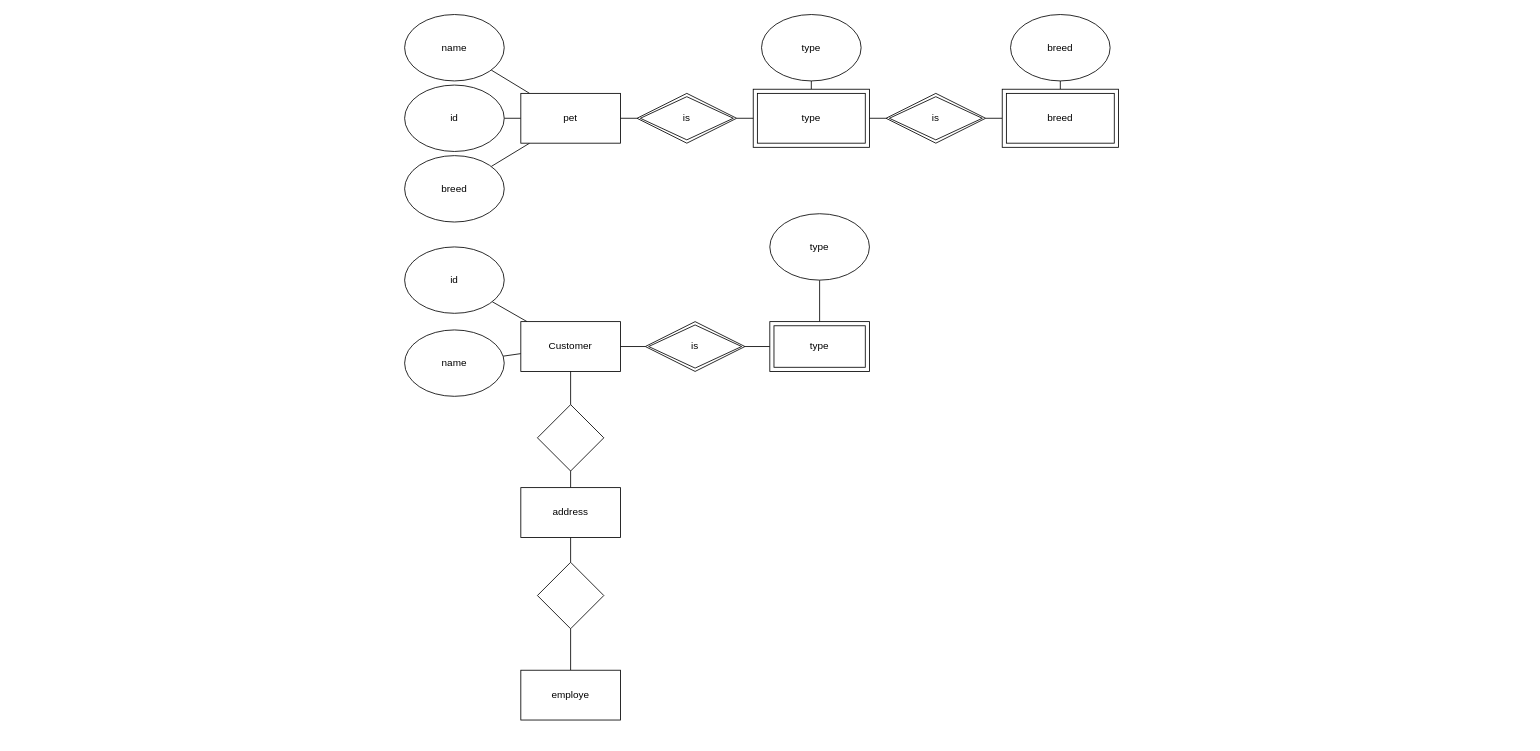
This is webbutveckling/Databaser/Moment2/Untitled Diagram.drawio from EliasEriksson/miun, a draw.io file, before an edit. Source tidied: cells renumbered, new cells numbered last; positions are measured from the earlier drawing's top-left corner, leaving out a move shared by most shapes. Both pictures are drawn from the tidied source at 83%, with x=0, y=0 at pixel (404, 14).
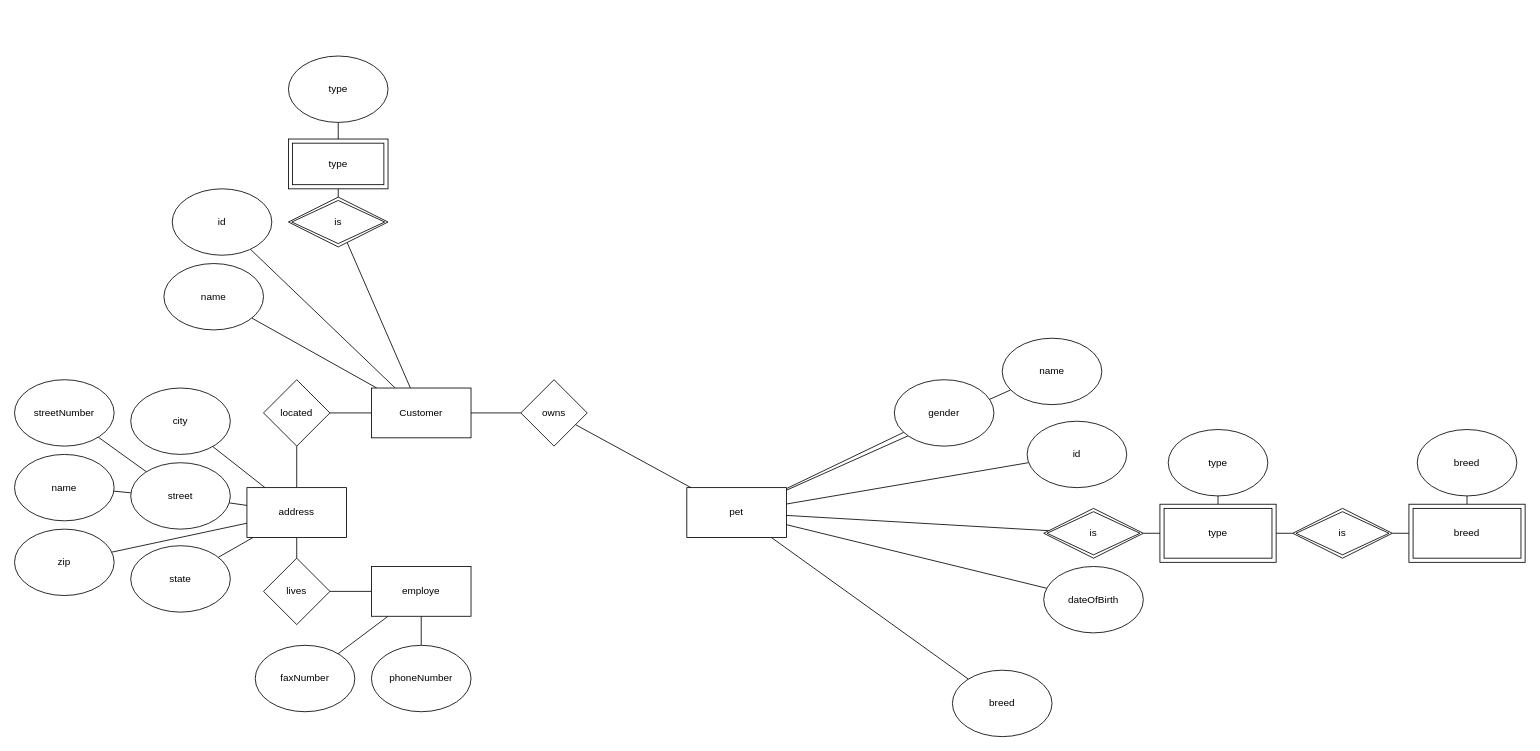
The same diagram, later.

Change to the diagram source:
```diff
@@
+    <mxCell id="40" style="edgeStyle=none;jettySize=auto;html=1;endArrow=none;" parent="1" edge="1" source="5" target="62">
+      <mxGeometry relative="1" as="geometry" />
+    </mxCell>
     <mxCell id="5" value="Customer" style="rounded=0;whiteSpace=wrap;html=1;" parent="1" vertex="1">
-      <mxGeometry x="140" y="370" width="120" height="60" as="geometry" />
+      <mxGeometry x="-40" y="450" width="120" height="60" as="geometry" />
     </mxCell>
@@
+    <mxCell id="41" style="edgeStyle=none;jettySize=auto;html=1;endArrow=none;" parent="1" edge="1" source="10" target="59">
+      <mxGeometry relative="1" as="geometry" />
+    </mxCell>
+    <mxCell id="42" style="edgeStyle=none;jettySize=auto;html=1;endArrow=none;" parent="1" edge="1" source="10" target="60">
+      <mxGeometry relative="1" as="geometry" />
+    </mxCell>
     <mxCell id="10" value="pet" style="rounded=0;whiteSpace=wrap;html=1;" parent="1" vertex="1">
-      <mxGeometry x="140" y="95" width="120" height="60" as="geometry" />
+      <mxGeometry x="340" y="570" width="120" height="60" as="geometry" />
     </mxCell>
     <mxCell id="11" value="id" style="ellipse;whiteSpace=wrap;html=1;rounded=0;" parent="1" vertex="1">
-      <mxGeometry y="85" width="120" height="80" as="geometry" />
+      <mxGeometry x="750" y="490" width="120" height="80" as="geometry" />
     </mxCell>
     <mxCell id="12" value="name" style="ellipse;whiteSpace=wrap;html=1;rounded=0;" parent="1" vertex="1">
-      <mxGeometry width="120" height="80" as="geometry" />
+      <mxGeometry x="720" y="390" width="120" height="80" as="geometry" />
     </mxCell>
     <mxCell id="13" value="breed" style="ellipse;whiteSpace=wrap;html=1;rounded=0;" parent="1" vertex="1">
-      <mxGeometry y="170" width="120" height="80" as="geometry" />
+      <mxGeometry x="660" y="790" width="120" height="80" as="geometry" />
     </mxCell>
     <mxCell id="14" value="name" style="ellipse;whiteSpace=wrap;html=1;rounded=0;" parent="1" vertex="1">
-      <mxGeometry y="380" width="120" height="80" as="geometry" />
+      <mxGeometry x="-290" y="300" width="120" height="80" as="geometry" />
     </mxCell>
     <mxCell id="15" value="id" style="ellipse;whiteSpace=wrap;html=1;rounded=0;" parent="1" vertex="1">
-      <mxGeometry y="280" width="120" height="80" as="geometry" />
+      <mxGeometry x="-280" y="210" width="120" height="80" as="geometry" />
     </mxCell>
@@
     <mxCell id="18" value="type" style="shape=ext;margin=3;double=1;whiteSpace=wrap;html=1;align=center;" parent="1" vertex="1">
-      <mxGeometry x="420" y="90" width="140" height="70" as="geometry" />
+      <mxGeometry x="910" y="590" width="140" height="70" as="geometry" />
     </mxCell>
@@
     <mxCell id="21" value="breed" style="shape=ext;margin=3;double=1;whiteSpace=wrap;html=1;align=center;" parent="1" vertex="1">
-      <mxGeometry x="720" y="90" width="140" height="70" as="geometry" />
+      <mxGeometry x="1210" y="590" width="140" height="70" as="geometry" />
     </mxCell>
@@
     <mxCell id="23" value="is" style="shape=rhombus;double=1;perimeter=rhombusPerimeter;whiteSpace=wrap;html=1;align=center;" parent="1" vertex="1">
-      <mxGeometry x="280" y="95" width="120" height="60" as="geometry" />
+      <mxGeometry x="770" y="595" width="120" height="60" as="geometry" />
     </mxCell>
     <mxCell id="24" value="is" style="shape=rhombus;double=1;perimeter=rhombusPerimeter;whiteSpace=wrap;html=1;align=center;" parent="1" vertex="1">
-      <mxGeometry x="580" y="95" width="120" height="60" as="geometry" />
+      <mxGeometry x="1070" y="595" width="120" height="60" as="geometry" />
     </mxCell>
     <mxCell id="25" value="type" style="ellipse;whiteSpace=wrap;html=1;" parent="1" vertex="1">
-      <mxGeometry x="430" width="120" height="80" as="geometry" />
+      <mxGeometry x="920" y="500" width="120" height="80" as="geometry" />
     </mxCell>
     <mxCell id="26" value="breed" style="ellipse;whiteSpace=wrap;html=1;" parent="1" vertex="1">
-      <mxGeometry x="730" width="120" height="80" as="geometry" />
+      <mxGeometry x="1220" y="500" width="120" height="80" as="geometry" />
     </mxCell>
     <mxCell id="27" value="is" style="shape=rhombus;double=1;perimeter=rhombusPerimeter;whiteSpace=wrap;html=1;align=center;" parent="1" vertex="1">
-      <mxGeometry x="290" y="370" width="120" height="60" as="geometry" />
+      <mxGeometry x="-140" y="220" width="120" height="60" as="geometry" />
     </mxCell>
@@
     <mxCell id="30" value="type" style="shape=ext;margin=3;double=1;whiteSpace=wrap;html=1;align=center;" parent="1" vertex="1">
-      <mxGeometry x="440" y="370" width="120" height="60" as="geometry" />
+      <mxGeometry x="-140" y="150" width="120" height="60" as="geometry" />
     </mxCell>
     <mxCell id="31" value="type" style="ellipse;whiteSpace=wrap;html=1;" parent="1" vertex="1">
-      <mxGeometry x="440" y="240" width="120" height="80" as="geometry" />
+      <mxGeometry x="-140" y="50" width="120" height="80" as="geometry" />
     </mxCell>
@@
+    <mxCell id="43" style="edgeStyle=none;jettySize=auto;html=1;endArrow=none;" parent="1" edge="1" source="34" target="51">
+      <mxGeometry relative="1" as="geometry" />
+    </mxCell>
+    <mxCell id="44" style="edgeStyle=none;jettySize=auto;html=1;endArrow=none;" parent="1" edge="1" source="34" target="54">
+      <mxGeometry relative="1" as="geometry" />
+    </mxCell>
+    <mxCell id="45" style="edgeStyle=none;jettySize=auto;html=1;endArrow=none;" parent="1" edge="1" source="34" target="55">
+      <mxGeometry relative="1" as="geometry" />
+    </mxCell>
+    <mxCell id="46" style="edgeStyle=none;jettySize=auto;html=1;endArrow=none;" parent="1" edge="1" source="34" target="56">
+      <mxGeometry relative="1" as="geometry" />
+    </mxCell>
     <mxCell id="34" value="address" style="rounded=0;whiteSpace=wrap;html=1;" parent="1" vertex="1">
-      <mxGeometry x="140" y="570" width="120" height="60" as="geometry" />
+      <mxGeometry x="-190" y="570" width="120" height="60" as="geometry" />
     </mxCell>
@@
-    <mxCell id="36" style="rhombus;whiteSpace=wrap;html=1;rounded=0;" parent="1" vertex="1">
-      <mxGeometry x="160" y="470" width="80" height="80" as="geometry" />
+    <mxCell id="36" value="located" style="rhombus;whiteSpace=wrap;html=1;rounded=0;" parent="1" vertex="1">
+      <mxGeometry x="-170" y="440" width="80" height="80" as="geometry" />
     </mxCell>
@@
-    <mxCell id="38" style="rhombus;whiteSpace=wrap;html=1;rounded=0;" parent="1" vertex="1">
-      <mxGeometry x="160" y="660" width="80" height="80" as="geometry" />
+    <mxCell id="38" value="lives" style="rhombus;whiteSpace=wrap;html=1;rounded=0;" parent="1" vertex="1">
+      <mxGeometry x="-170" y="655" width="80" height="80" as="geometry" />
     </mxCell>
+    <mxCell id="47" style="edgeStyle=none;jettySize=auto;html=1;endArrow=none;" parent="1" edge="1" source="39" target="57">
+      <mxGeometry relative="1" as="geometry" />
+    </mxCell>
+    <mxCell id="48" style="edgeStyle=none;jettySize=auto;html=1;endArrow=none;" parent="1" edge="1" source="39" target="58">
+      <mxGeometry relative="1" as="geometry" />
+    </mxCell>
     <mxCell id="39" value="employe" style="whiteSpace=wrap;html=1;rounded=0;" parent="1" vertex="1">
-      <mxGeometry x="140" y="790" width="120" height="60" as="geometry" />
+      <mxGeometry x="-40" y="665" width="120" height="60" as="geometry" />
     </mxCell>
+    <mxCell id="49" style="edgeStyle=none;jettySize=auto;html=1;endArrow=none;" parent="1" edge="1" source="51" target="52">
+      <mxGeometry relative="1" as="geometry" />
+    </mxCell>
+    <mxCell id="50" style="edgeStyle=none;jettySize=auto;html=1;endArrow=none;" parent="1" edge="1" source="51" target="53">
+      <mxGeometry relative="1" as="geometry" />
+    </mxCell>
+    <mxCell id="51" value="street" style="ellipse;whiteSpace=wrap;html=1;rounded=0;" parent="1" vertex="1">
+      <mxGeometry x="-330" y="540" width="120" height="80" as="geometry" />
+    </mxCell>
+    <mxCell id="52" value="name" style="ellipse;whiteSpace=wrap;html=1;rounded=0;" parent="1" vertex="1">
+      <mxGeometry x="-470" y="530" width="120" height="80" as="geometry" />
+    </mxCell>
+    <mxCell id="53" value="streetNumber" style="ellipse;whiteSpace=wrap;html=1;rounded=0;" parent="1" vertex="1">
+      <mxGeometry x="-470" y="440" width="120" height="80" as="geometry" />
+    </mxCell>
+    <mxCell id="54" value="city" style="ellipse;whiteSpace=wrap;html=1;rounded=0;" parent="1" vertex="1">
+      <mxGeometry x="-330" y="450" width="120" height="80" as="geometry" />
+    </mxCell>
+    <mxCell id="55" value="zip" style="ellipse;whiteSpace=wrap;html=1;rounded=0;" parent="1" vertex="1">
+      <mxGeometry x="-470" y="620" width="120" height="80" as="geometry" />
+    </mxCell>
+    <mxCell id="56" value="state" style="ellipse;whiteSpace=wrap;html=1;rounded=0;" parent="1" vertex="1">
+      <mxGeometry x="-330" y="640" width="120" height="80" as="geometry" />
+    </mxCell>
+    <mxCell id="57" value="phoneNumber" style="ellipse;whiteSpace=wrap;html=1;rounded=0;" parent="1" vertex="1">
+      <mxGeometry x="-40" y="760" width="120" height="80" as="geometry" />
+    </mxCell>
+    <mxCell id="58" value="faxNumber" style="ellipse;whiteSpace=wrap;html=1;rounded=0;" parent="1" vertex="1">
+      <mxGeometry x="-180" y="760" width="120" height="80" as="geometry" />
+    </mxCell>
+    <mxCell id="59" value="gender" style="ellipse;whiteSpace=wrap;html=1;rounded=0;" parent="1" vertex="1">
+      <mxGeometry x="590" y="440" width="120" height="80" as="geometry" />
+    </mxCell>
+    <mxCell id="60" value="dateOfBirth" style="ellipse;whiteSpace=wrap;html=1;rounded=0;" parent="1" vertex="1">
+      <mxGeometry x="770" y="665" width="120" height="80" as="geometry" />
+    </mxCell>
+    <mxCell id="61" style="edgeStyle=none;jettySize=auto;html=1;endArrow=none;" parent="1" edge="1" source="62" target="10">
+      <mxGeometry relative="1" as="geometry" />
+    </mxCell>
+    <mxCell id="62" value="owns" style="rhombus;whiteSpace=wrap;html=1;rounded=0;" parent="1" vertex="1">
+      <mxGeometry x="140" y="440" width="80" height="80" as="geometry" />
+    </mxCell>
```
